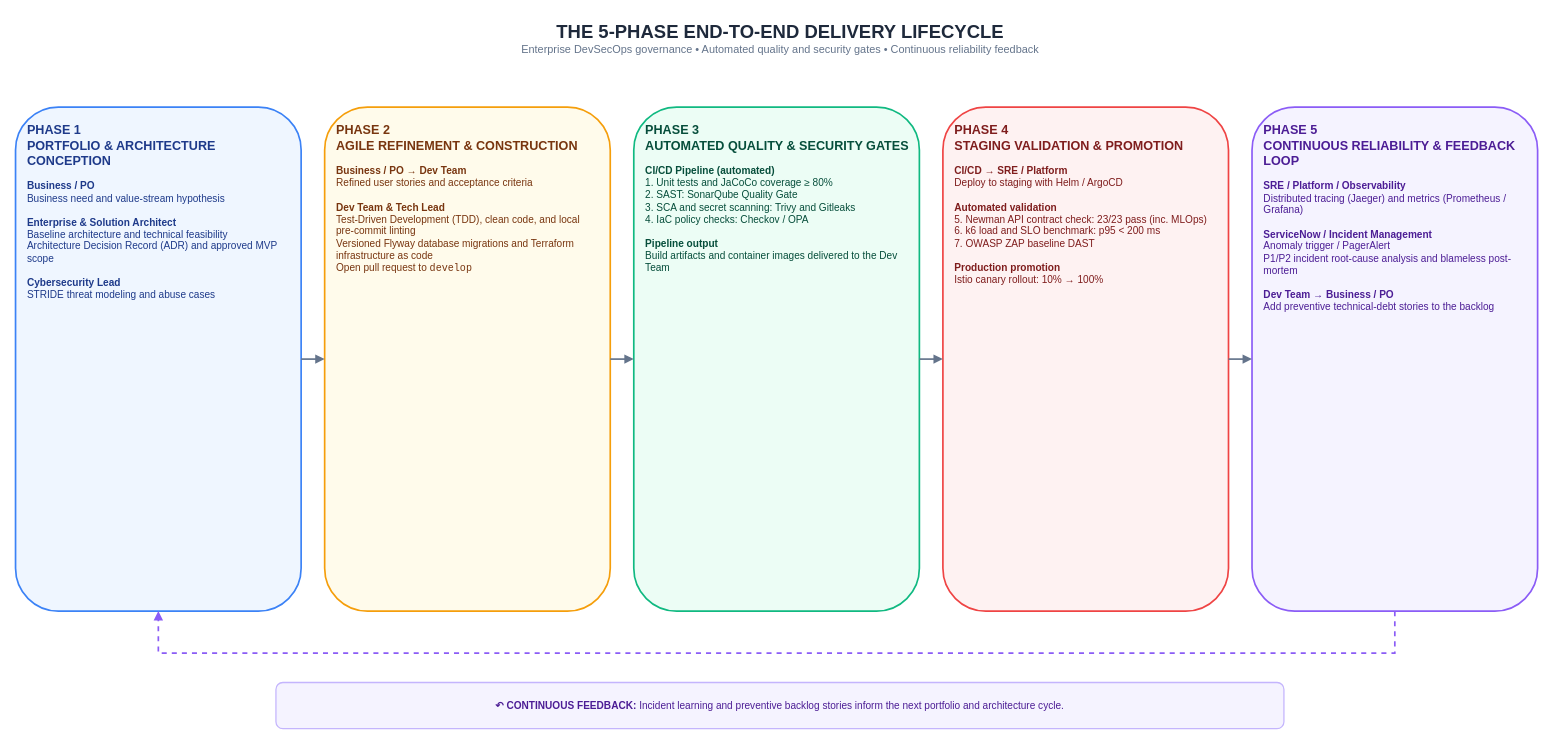
Above: page "13. The 5-Phase End-to-End Delivery Lifecycle" (13 of 13) of docs/Diagrams.drawio in GeorgeGxx/microservices-architecture (draw.io), before the change. Source tidied: cells renumbered, new cells numbered last; positions are measured from the earlier drawing's top-left corner, leaving out a move shared by most shapes. Both pictures are drawn from the tidied source at 84%, with x=0, y=0 at pixel (15, 14).
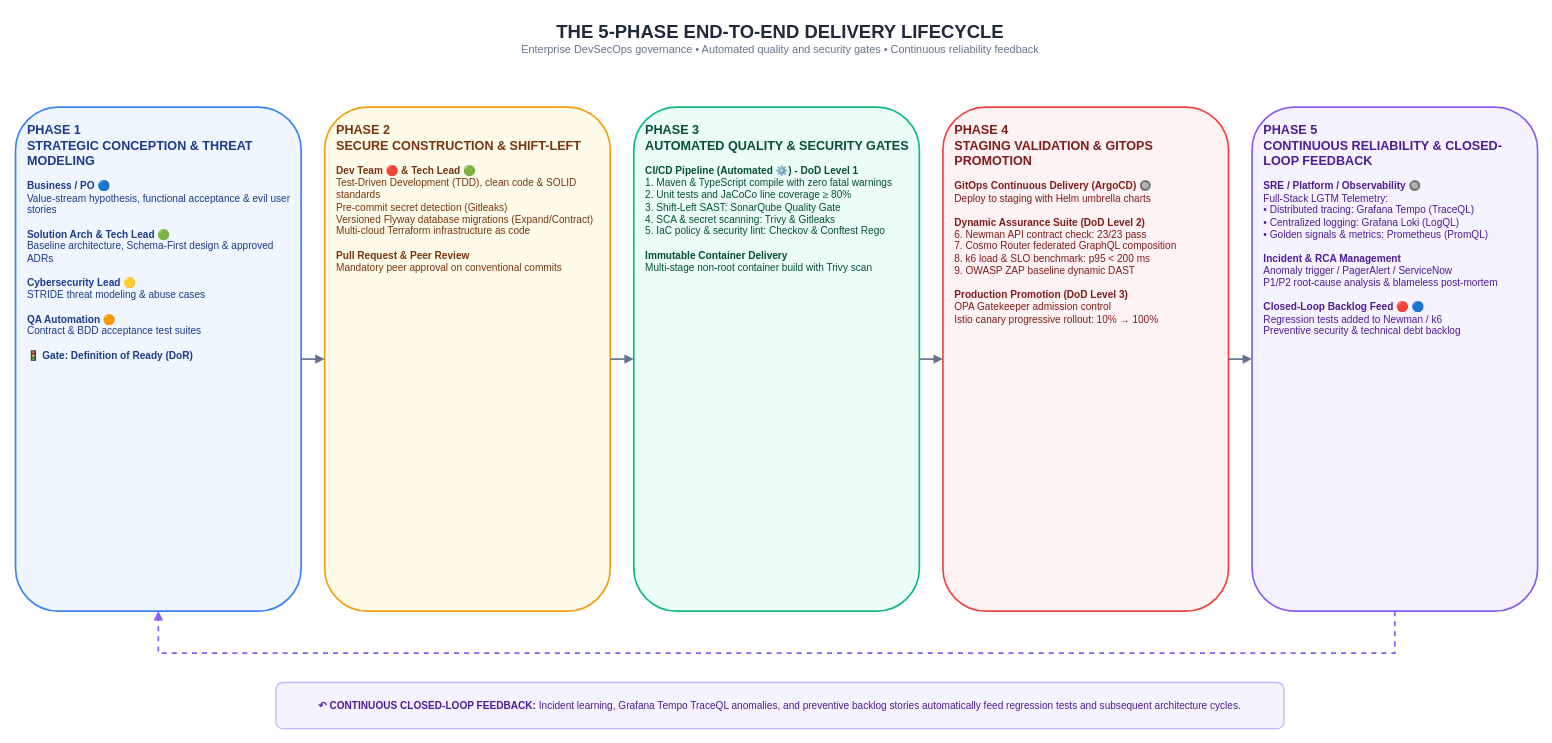
The same page after the edit.

Commit message (it also covers changes not shown here):
docs(devsecops): modernize S-SDLC lifecycle workflow and synchronize architecture diagrams

What changed in the source:
```diff
@@
 <mxGraphModel>
   <root>
     <mxCell id="0" />
     <mxCell id="1" parent="0" />
     <mxCell id="2" value="&lt;b style='font-size:22px;color:#1E293B;'&gt;THE 5-PHASE END-TO-END DELIVERY LIFECYCLE&lt;/b&gt;&lt;br&gt;&lt;span style='font-size:13px;color:#64748B;'&gt;Enterprise DevSecOps governance • Automated quality and security gates • Continuous reliability feedback&lt;/span&gt;" style="text;html=1;align=center;verticalAlign=middle;rounded=0;" parent="1" vertex="1">
       <mxGeometry x="210" width="1400" height="55" as="geometry" />
     </mxCell>
-    <mxCell id="3" value="&lt;b style='font-size:15px;'&gt;PHASE 1&lt;br&gt;PORTFOLIO &amp;amp; ARCHITECTURE CONCEPTION&lt;/b&gt;&lt;br&gt;&lt;br&gt;&lt;b&gt;Business / PO&lt;/b&gt;&lt;br&gt;Business need and value-stream hypothesis&lt;br&gt;&lt;br&gt;&lt;b&gt;Enterprise &amp;amp; Solution Architect&lt;/b&gt;&lt;br&gt;Baseline architecture and technical feasibility&lt;br&gt;Architecture Decision Record (ADR) and approved MVP scope&lt;br&gt;&lt;br&gt;&lt;b&gt;Cybersecurity Lead&lt;/b&gt;&lt;br&gt;STRIDE threat modeling and abuse cases" style="rounded=1;whiteSpace=wrap;html=1;strokeWidth=2;fontSize=12;align=left;verticalAlign=top;spacing=14;fillColor=#EFF6FF;strokeColor=#3B82F6;fontColor=#1E3A8A;" parent="1" vertex="1">
+    <mxCell id="3" value="&lt;b style='font-size:15px;'&gt;PHASE 1&lt;br&gt;STRATEGIC CONCEPTION &amp;amp; THREAT MODELING&lt;/b&gt;&lt;br&gt;&lt;br&gt;&lt;b&gt;Business / PO 🔵&lt;/b&gt;&lt;br&gt;Value-stream hypothesis, functional acceptance &amp;amp; evil user stories&lt;br&gt;&lt;br&gt;&lt;b&gt;Solution Arch &amp;amp; Tech Lead 🟢&lt;/b&gt;&lt;br&gt;Baseline architecture, Schema-First design &amp;amp; approved ADRs&lt;br&gt;&lt;br&gt;&lt;b&gt;Cybersecurity Lead 🟡&lt;/b&gt;&lt;br&gt;STRIDE threat modeling &amp;amp; abuse cases&lt;br&gt;&lt;br&gt;&lt;b&gt;QA Automation 🟠&lt;/b&gt;&lt;br&gt;Contract &amp;amp; BDD acceptance test suites&lt;br&gt;&lt;br&gt;&lt;b&gt;🚦 Gate: Definition of Ready (DoR)&lt;/b&gt;" style="rounded=1;whiteSpace=wrap;html=1;strokeWidth=2;fontSize=12;align=left;verticalAlign=top;spacing=14;fillColor=#EFF6FF;strokeColor=#3B82F6;fontColor=#1E3A8A;" parent="1" vertex="1">
       <mxGeometry y="110" width="340" height="600" as="geometry" />
     </mxCell>
-    <mxCell id="4" value="&lt;b style='font-size:15px;'&gt;PHASE 2&lt;br&gt;AGILE REFINEMENT &amp;amp; CONSTRUCTION&lt;/b&gt;&lt;br&gt;&lt;br&gt;&lt;b&gt;Business / PO → Dev Team&lt;/b&gt;&lt;br&gt;Refined user stories and acceptance criteria&lt;br&gt;&lt;br&gt;&lt;b&gt;Dev Team &amp;amp; Tech Lead&lt;/b&gt;&lt;br&gt;Test-Driven Development (TDD), clean code, and local pre-commit linting&lt;br&gt;Versioned Flyway database migrations and Terraform infrastructure as code&lt;br&gt;Open pull request to &lt;code&gt;develop&lt;/code&gt;" style="rounded=1;whiteSpace=wrap;html=1;strokeWidth=2;fontSize=12;align=left;verticalAlign=top;spacing=14;fillColor=#FFFBEB;strokeColor=#F59E0B;fontColor=#78350F;" parent="1" vertex="1">
+    <mxCell id="4" value="&lt;b style='font-size:15px;'&gt;PHASE 2&lt;br&gt;SECURE CONSTRUCTION &amp;amp; SHIFT-LEFT&lt;/b&gt;&lt;br&gt;&lt;br&gt;&lt;b&gt;Dev Team 🔴 &amp;amp; Tech Lead 🟢&lt;/b&gt;&lt;br&gt;Test-Driven Development (TDD), clean code &amp;amp; SOLID standards&lt;br&gt;Pre-commit secret detection (Gitleaks)&lt;br&gt;Versioned Flyway database migrations (Expand/Contract)&lt;br&gt;Multi-cloud Terraform infrastructure as code&lt;br&gt;&lt;br&gt;&lt;b&gt;Pull Request &amp;amp; Peer Review&lt;/b&gt;&lt;br&gt;Mandatory peer approval on conventional commits" style="rounded=1;whiteSpace=wrap;html=1;strokeWidth=2;fontSize=12;align=left;verticalAlign=top;spacing=14;fillColor=#FFFBEB;strokeColor=#F59E0B;fontColor=#78350F;" parent="1" vertex="1">
       <mxGeometry x="368" y="110" width="340" height="600" as="geometry" />
     </mxCell>
-    <mxCell id="5" value="&lt;b style='font-size:15px;'&gt;PHASE 3&lt;br&gt;AUTOMATED QUALITY &amp;amp; SECURITY GATES&lt;/b&gt;&lt;br&gt;&lt;br&gt;&lt;b&gt;CI/CD Pipeline (automated)&lt;/b&gt;&lt;br&gt;1. Unit tests and JaCoCo coverage ≥ 80%&lt;br&gt;2. SAST: SonarQube Quality Gate&lt;br&gt;3. SCA and secret scanning: Trivy and Gitleaks&lt;br&gt;4. IaC policy checks: Checkov / OPA&lt;br&gt;&lt;br&gt;&lt;b&gt;Pipeline output&lt;/b&gt;&lt;br&gt;Build artifacts and container images delivered to the Dev Team" style="rounded=1;whiteSpace=wrap;html=1;strokeWidth=2;fontSize=12;align=left;verticalAlign=top;spacing=14;fillColor=#ECFDF5;strokeColor=#10B981;fontColor=#064E3B;" parent="1" vertex="1">
+    <mxCell id="5" value="&lt;b style='font-size:15px;'&gt;PHASE 3&lt;br&gt;AUTOMATED QUALITY &amp;amp; SECURITY GATES&lt;/b&gt;&lt;br&gt;&lt;br&gt;&lt;b&gt;CI/CD Pipeline (Automated ⚙️) - DoD Level 1&lt;/b&gt;&lt;br&gt;1. Maven &amp;amp; TypeScript compile with zero fatal warnings&lt;br&gt;2. Unit tests and JaCoCo line coverage ≥ 80%&lt;br&gt;3. Shift-Left SAST: SonarQube Quality Gate&lt;br&gt;4. SCA &amp;amp; secret scanning: Trivy &amp;amp; Gitleaks&lt;br&gt;5. IaC policy &amp;amp; security lint: Checkov &amp;amp; Conftest Rego&lt;br&gt;&lt;br&gt;&lt;b&gt;Immutable Container Delivery&lt;/b&gt;&lt;br&gt;Multi-stage non-root container build with Trivy scan" style="rounded=1;whiteSpace=wrap;html=1;strokeWidth=2;fontSize=12;align=left;verticalAlign=top;spacing=14;fillColor=#ECFDF5;strokeColor=#10B981;fontColor=#064E3B;" parent="1" vertex="1">
       <mxGeometry x="736" y="110" width="340" height="600" as="geometry" />
     </mxCell>
-    <mxCell id="6" value="&lt;b style='font-size:15px;'&gt;PHASE 4&lt;br&gt;STAGING VALIDATION &amp;amp; PROMOTION&lt;/b&gt;&lt;br&gt;&lt;br&gt;&lt;b&gt;CI/CD → SRE / Platform&lt;/b&gt;&lt;br&gt;Deploy to staging with Helm / ArgoCD&lt;br&gt;&lt;br&gt;&lt;b&gt;Automated validation&lt;/b&gt;&lt;br&gt;5. Newman API contract check: 23/23 pass (inc. MLOps)&lt;br&gt;6. k6 load and SLO benchmark: p95 &amp;lt; 200 ms&lt;br&gt;7. OWASP ZAP baseline DAST&lt;br&gt;&lt;br&gt;&lt;b&gt;Production promotion&lt;/b&gt;&lt;br&gt;Istio canary rollout: 10% → 100%" style="rounded=1;whiteSpace=wrap;html=1;strokeWidth=2;fontSize=12;align=left;verticalAlign=top;spacing=14;fillColor=#FEF2F2;strokeColor=#EF4444;fontColor=#7F1D1D;" parent="1" vertex="1">
+    <mxCell id="6" value="&lt;b style='font-size:15px;'&gt;PHASE 4&lt;br&gt;STAGING VALIDATION &amp;amp; GITOPS PROMOTION&lt;/b&gt;&lt;br&gt;&lt;br&gt;&lt;b&gt;GitOps Continuous Delivery (ArgoCD) 🔘&lt;/b&gt;&lt;br&gt;Deploy to staging with Helm umbrella charts&lt;br&gt;&lt;br&gt;&lt;b&gt;Dynamic Assurance Suite (DoD Level 2)&lt;/b&gt;&lt;br&gt;6. Newman API contract check: 23/23 pass&lt;br&gt;7. Cosmo Router federated GraphQL composition&lt;br&gt;8. k6 load &amp;amp; SLO benchmark: p95 &amp;lt; 200 ms&lt;br&gt;9. OWASP ZAP baseline dynamic DAST&lt;br&gt;&lt;br&gt;&lt;b&gt;Production Promotion (DoD Level 3)&lt;/b&gt;&lt;br&gt;OPA Gatekeeper admission control&lt;br&gt;Istio canary progressive rollout: 10% → 100%" style="rounded=1;whiteSpace=wrap;html=1;strokeWidth=2;fontSize=12;align=left;verticalAlign=top;spacing=14;fillColor=#FEF2F2;strokeColor=#EF4444;fontColor=#7F1D1D;" parent="1" vertex="1">
       <mxGeometry x="1104" y="110" width="340" height="600" as="geometry" />
     </mxCell>
-    <mxCell id="7" value="&lt;b style='font-size:15px;'&gt;PHASE 5&lt;br&gt;CONTINUOUS RELIABILITY &amp;amp; FEEDBACK LOOP&lt;/b&gt;&lt;br&gt;&lt;br&gt;&lt;b&gt;SRE / Platform / Observability&lt;/b&gt;&lt;br&gt;Distributed tracing (Jaeger) and metrics (Prometheus / Grafana)&lt;br&gt;&lt;br&gt;&lt;b&gt;ServiceNow / Incident Management&lt;/b&gt;&lt;br&gt;Anomaly trigger / PagerAlert&lt;br&gt;P1/P2 incident root-cause analysis and blameless post-mortem&lt;br&gt;&lt;br&gt;&lt;b&gt;Dev Team → Business / PO&lt;/b&gt;&lt;br&gt;Add preventive technical-debt stories to the backlog" style="rounded=1;whiteSpace=wrap;html=1;strokeWidth=2;fontSize=12;align=left;verticalAlign=top;spacing=14;fillColor=#F5F3FF;strokeColor=#8B5CF6;fontColor=#4C1D95;" parent="1" vertex="1">
+    <mxCell id="7" value="&lt;b style='font-size:15px;'&gt;PHASE 5&lt;br&gt;CONTINUOUS RELIABILITY &amp;amp; CLOSED-LOOP FEEDBACK&lt;/b&gt;&lt;br&gt;&lt;br&gt;&lt;b&gt;SRE / Platform / Observability 🔘&lt;/b&gt;&lt;br&gt;Full-Stack LGTM Telemetry:&lt;br&gt;• Distributed tracing: Grafana Tempo (TraceQL)&lt;br&gt;• Centralized logging: Grafana Loki (LogQL)&lt;br&gt;• Golden signals &amp;amp; metrics: Prometheus (PromQL)&lt;br&gt;&lt;br&gt;&lt;b&gt;Incident &amp;amp; RCA Management&lt;/b&gt;&lt;br&gt;Anomaly trigger / PagerAlert / ServiceNow&lt;br&gt;P1/P2 root-cause analysis &amp;amp; blameless post-mortem&lt;br&gt;&lt;br&gt;&lt;b&gt;Closed-Loop Backlog Feed 🔴 🔵&lt;/b&gt;&lt;br&gt;Regression tests added to Newman / k6&lt;br&gt;Preventive security &amp;amp; technical debt backlog" style="rounded=1;whiteSpace=wrap;html=1;strokeWidth=2;fontSize=12;align=left;verticalAlign=top;spacing=14;fillColor=#F5F3FF;strokeColor=#8B5CF6;fontColor=#4C1D95;" parent="1" vertex="1">
       <mxGeometry x="1472" y="110" width="340" height="600" as="geometry" />
     </mxCell>
     <mxCell id="8" style="edgeStyle=orthogonalEdgeStyle;rounded=0;html=1;strokeWidth=2;endArrow=block;endFill=1;strokeColor=#64748B;" parent="1" edge="1" source="3" target="4">
       <mxGeometry relative="1" as="geometry" />
     </mxCell>
     <mxCell id="9" style="edgeStyle=orthogonalEdgeStyle;rounded=0;html=1;strokeWidth=2;endArrow=block;endFill=1;strokeColor=#64748B;" parent="1" edge="1" source="4" target="5">
       <mxGeometry relative="1" as="geometry" />
     </mxCell>
     <mxCell id="10" style="edgeStyle=orthogonalEdgeStyle;rounded=0;html=1;strokeWidth=2;endArrow=block;endFill=1;strokeColor=#64748B;" parent="1" edge="1" source="5" target="6">
       <mxGeometry relative="1" as="geometry" />
     </mxCell>
     <mxCell id="11" style="edgeStyle=orthogonalEdgeStyle;rounded=0;html=1;strokeWidth=2;endArrow=block;endFill=1;strokeColor=#64748B;" parent="1" edge="1" source="6" target="7">
       <mxGeometry relative="1" as="geometry" />
     </mxCell>
     <mxCell id="12" style="edgeStyle=orthogonalEdgeStyle;rounded=0;html=1;strokeWidth=2;endArrow=block;endFill=1;strokeColor=#8B5CF6;dashed=1;exitX=0.5;exitY=1;entryX=0.5;entryY=1;" parent="1" edge="1" source="7" target="3">
       <mxGeometry relative="1" as="geometry">
         <Array as="points">
           <mxPoint x="1642" y="760" />
           <mxPoint x="170" y="760" />
         </Array>
       </mxGeometry>
     </mxCell>
-    <mxCell id="13" value="&lt;b&gt;↶ CONTINUOUS FEEDBACK:&lt;/b&gt; Incident learning and preventive backlog stories inform the next portfolio and architecture cycle." style="rounded=1;whiteSpace=wrap;html=1;fillColor=#F5F3FF;strokeColor=#C4B5FD;strokeWidth=1.5;fontColor=#4C1D95;fontSize=12;align=center;verticalAlign=middle;" parent="1" vertex="1">
+    <mxCell id="13" value="&lt;b&gt;↶ CONTINUOUS CLOSED-LOOP FEEDBACK:&lt;/b&gt; Incident learning, Grafana Tempo TraceQL anomalies, and preventive backlog stories automatically feed regression tests and subsequent architecture cycles." style="rounded=1;whiteSpace=wrap;html=1;fillColor=#F5F3FF;strokeColor=#C4B5FD;strokeWidth=1.5;fontColor=#4C1D95;fontSize=12;align=center;verticalAlign=middle;" parent="1" vertex="1">
       <mxGeometry x="310" y="795" width="1200" height="55" as="geometry" />
     </mxCell>
   </root>
 </mxGraphModel>
```
